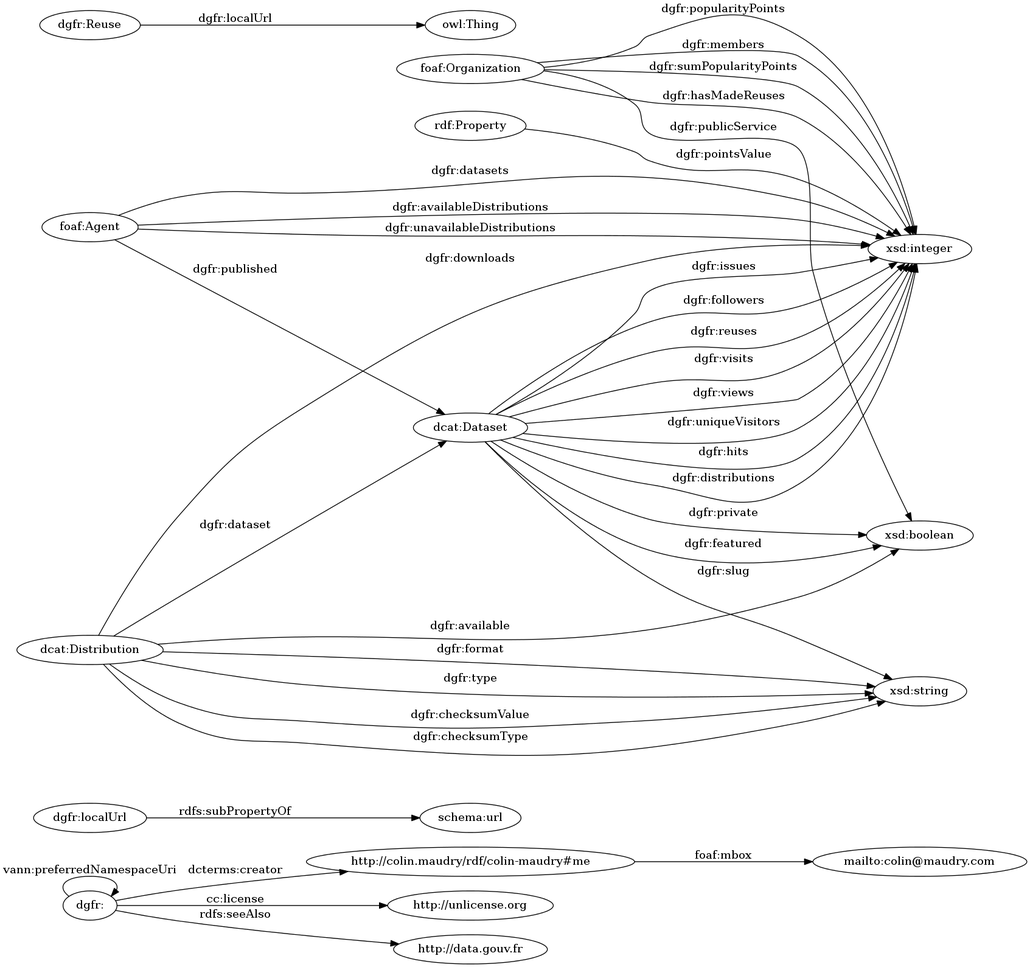
This is OnToology/ontology/dgfr.ttl/diagrams/ar2dtool-class/dgfr.ttl.png from ColinMaudry/datagouvfr-rdf, a Graphviz export, as it was before one commit. Its source is kept beside it as OnToology/ontology/dgfr.ttl/diagrams/ar2dtool-class/dgfr.ttl.png.dot. The source it was exported from:
```dot
digraph ar2dtool_diagram {
rankdir=LR;
size="1501"
	"http://colin.maudry/rdf/colin-maudry#me" -> "mailto:colin@maudry.com" [ label = "foaf:mbox" ];
	"dgfr:" -> "dgfr:" [ label = "vann:preferredNamespaceUri" ];
	"dgfr:" -> "http://unlicense.org" [ label = "cc:license" ];
	"dgfr:" -> "http://data.gouv.fr" [ label = "rdfs:seeAlso" ];
	"dgfr:" -> "http://colin.maudry/rdf/colin-maudry#me" [ label = "dcterms:creator" ];
	"dgfr:localUrl" -> "schema:url" [ label = "rdfs:subPropertyOf" ];
	"dcat:Dataset" -> "xsd:integer" [ label = "dgfr:visits" ];
	"foaf:Agent" -> "xsd:integer" [ label = "dgfr:datasets" ];
	"dcat:Dataset" -> "xsd:integer" [ label = "dgfr:views" ];
	"dcat:Distribution" -> "xsd:string" [ label = "dgfr:format" ];
	"foaf:Organization" -> "xsd:integer" [ label = "dgfr:members" ];
	"dcat:Dataset" -> "xsd:string" [ label = "dgfr:slug" ];
	"dgfr:Reuse" -> "owl:Thing" [ label = "dgfr:localUrl" ];
	"foaf:Agent" -> "xsd:integer" [ label = "dgfr:availableDistributions" ];
	"dcat:Dataset" -> "xsd:integer" [ label = "dgfr:uniqueVisitors" ];
	"dcat:Dataset" -> "xsd:boolean" [ label = "dgfr:featured" ];
	"foaf:Organization" -> "xsd:integer" [ label = "dgfr:sumPopularityPoints" ];
	"foaf:Organization" -> "xsd:integer" [ label = "dgfr:hasMadeReuses" ];
	"rdf:Property" -> "xsd:integer" [ label = "dgfr:pointsValue" ];
	"dcat:Distribution" -> "xsd:string" [ label = "dgfr:checksumValue" ];
	"dcat:Dataset" -> "xsd:integer" [ label = "dgfr:hits" ];
	"dcat:Distribution" -> "xsd:boolean" [ label = "dgfr:available" ];
	"dcat:Dataset" -> "xsd:integer" [ label = "dgfr:distributions" ];
	"foaf:Agent" -> "dcat:Dataset" [ label = "dgfr:published" ];
	"foaf:Organization" -> "xsd:boolean" [ label = "dgfr:publicService" ];
	"dcat:Dataset" -> "xsd:integer" [ label = "dgfr:issues" ];
	"dcat:Dataset" -> "xsd:boolean" [ label = "dgfr:private" ];
	"dcat:Distribution" -> "dcat:Dataset" [ label = "dgfr:dataset" ];
	"dcat:Dataset" -> "xsd:integer" [ label = "dgfr:followers" ];
	"dcat:Distribution" -> "xsd:string" [ label = "dgfr:type" ];
	"dcat:Distribution" -> "xsd:string" [ label = "dgfr:checksumType" ];
	"foaf:Agent" -> "xsd:integer" [ label = "dgfr:unavailableDistributions" ];
	"dcat:Dataset" -> "xsd:integer" [ label = "dgfr:reuses" ];
	"foaf:Organization" -> "xsd:integer" [ label = "dgfr:popularityPoints" ];
	"dcat:Distribution" -> "xsd:integer" [ label = "dgfr:downloads" ];

}
```
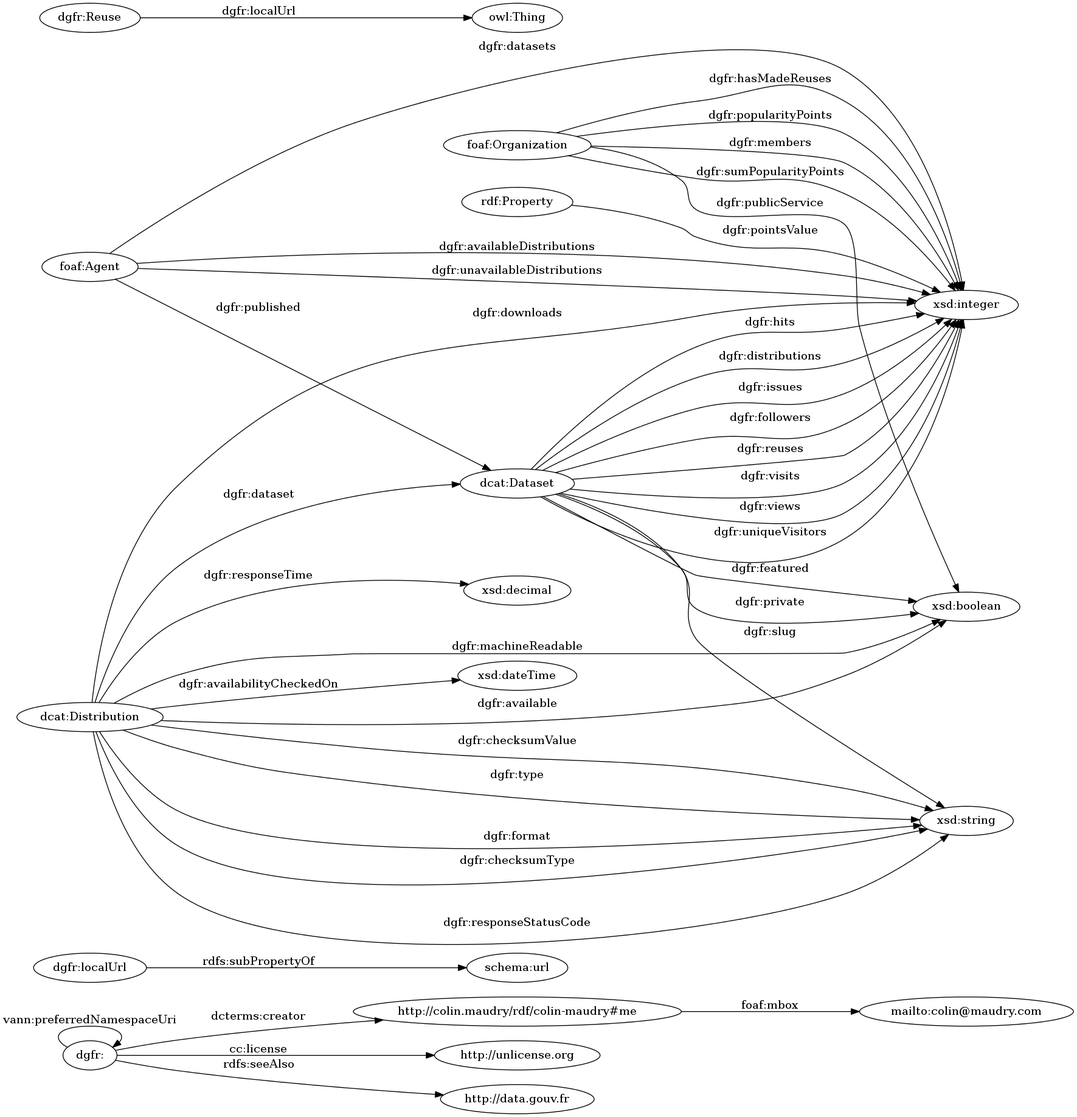
Later version of the same file.

The edit, as a diff of the source:
```diff
@@ -9,13 +9,16 @@
 	"dgfr:localUrl" -> "schema:url" [ label = "rdfs:subPropertyOf" ];
 	"dcat:Dataset" -> "xsd:integer" [ label = "dgfr:visits" ];
 	"foaf:Agent" -> "xsd:integer" [ label = "dgfr:datasets" ];
+	"dcat:Distribution" -> "xsd:dateTime" [ label = "dgfr:availabilityCheckedOn" ];
 	"dcat:Dataset" -> "xsd:integer" [ label = "dgfr:views" ];
 	"dcat:Distribution" -> "xsd:string" [ label = "dgfr:format" ];
+	"dcat:Distribution" -> "xsd:string" [ label = "dgfr:responseStatusCode" ];
 	"foaf:Organization" -> "xsd:integer" [ label = "dgfr:members" ];
 	"dcat:Dataset" -> "xsd:string" [ label = "dgfr:slug" ];
 	"dgfr:Reuse" -> "owl:Thing" [ label = "dgfr:localUrl" ];
 	"foaf:Agent" -> "xsd:integer" [ label = "dgfr:availableDistributions" ];
 	"dcat:Dataset" -> "xsd:integer" [ label = "dgfr:uniqueVisitors" ];
+	"dcat:Distribution" -> "xsd:decimal" [ label = "dgfr:responseTime" ];
 	"dcat:Dataset" -> "xsd:boolean" [ label = "dgfr:featured" ];
 	"foaf:Organization" -> "xsd:integer" [ label = "dgfr:sumPopularityPoints" ];
 	"foaf:Organization" -> "xsd:integer" [ label = "dgfr:hasMadeReuses" ];
@@ -29,6 +32,7 @@
 	"dcat:Dataset" -> "xsd:integer" [ label = "dgfr:issues" ];
 	"dcat:Dataset" -> "xsd:boolean" [ label = "dgfr:private" ];
 	"dcat:Distribution" -> "dcat:Dataset" [ label = "dgfr:dataset" ];
+	"dcat:Distribution" -> "xsd:boolean" [ label = "dgfr:machineReadable" ];
 	"dcat:Dataset" -> "xsd:integer" [ label = "dgfr:followers" ];
 	"dcat:Distribution" -> "xsd:string" [ label = "dgfr:type" ];
 	"dcat:Distribution" -> "xsd:string" [ label = "dgfr:checksumType" ];
```
